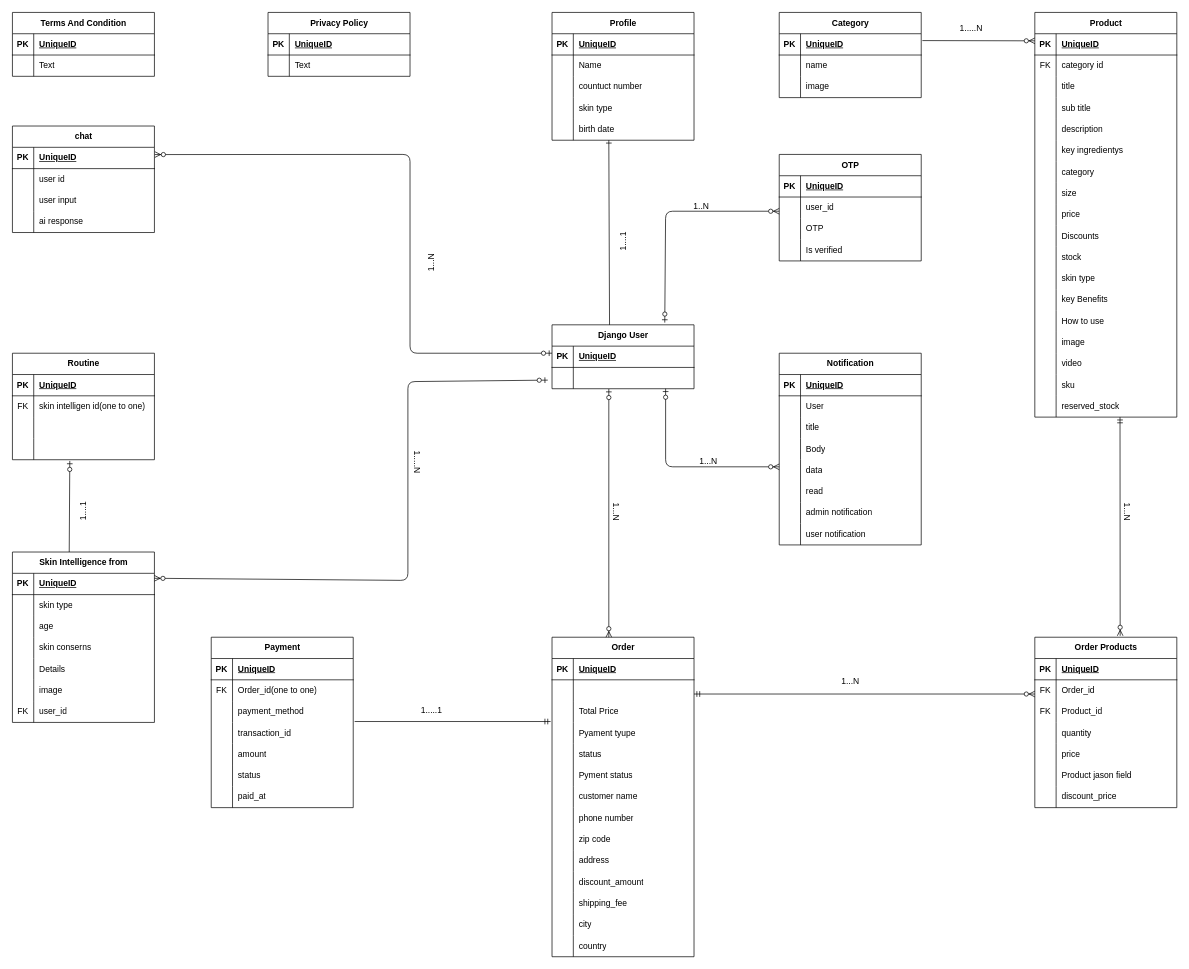
The draw.io diagram entity_diagram.drawio in ROBOT-RIAD/FaceCare, before the edit. Source tidied: cells renumbered, new cells numbered last; positions are measured from the earlier drawing's top-left corner, leaving out a move shared by most shapes. Both pictures are drawn from the tidied source at 71%, with x=0, y=0 at pixel (12, 12).
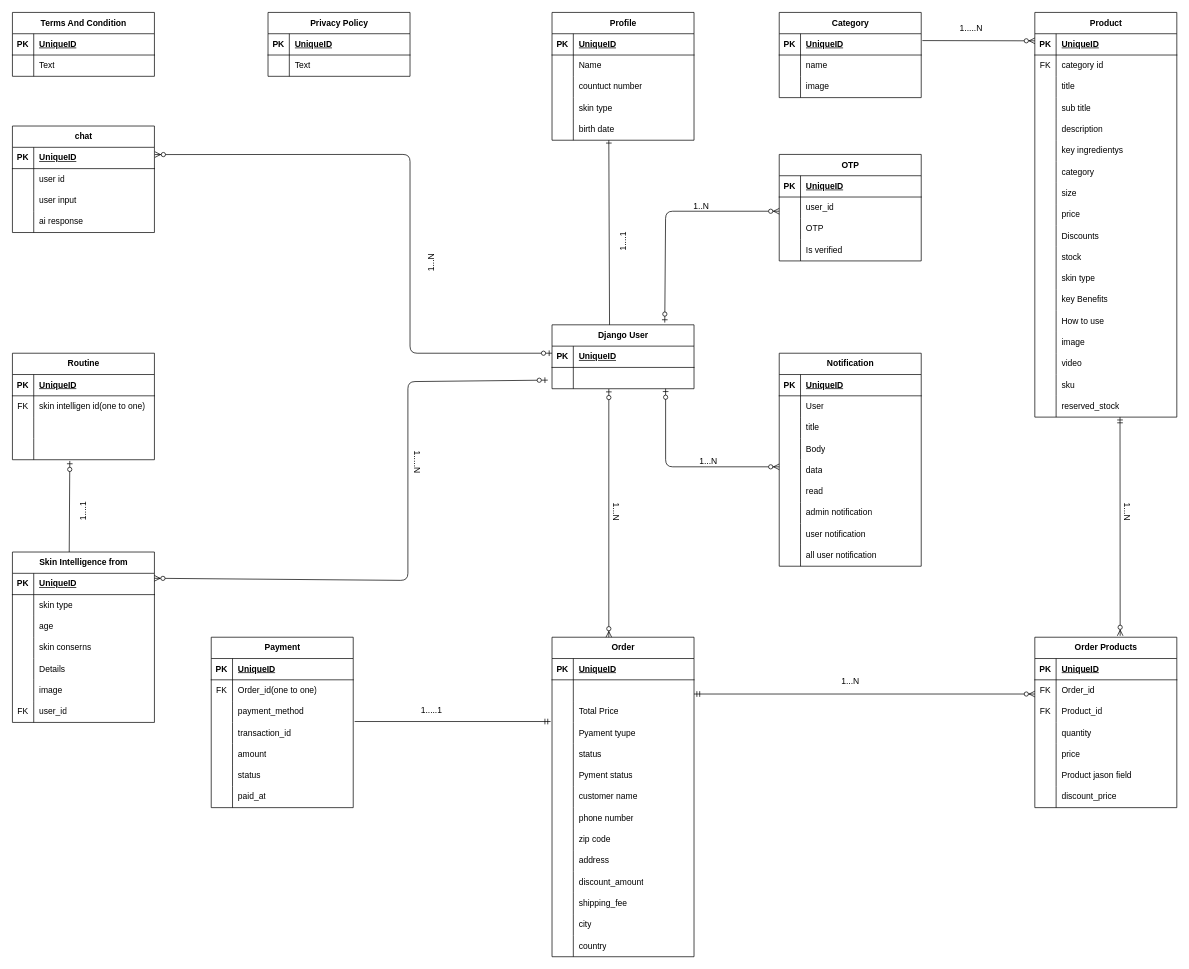
The same diagram, later.

Diff of the diagram source:
```diff
@@
     <mxCell id="272" value="Notification" style="shape=table;startSize=30;childLayout=tableLayout;rowLines=0;fontStyle=1;align=center;html=1;" parent="1" vertex="1">
-      <mxGeometry x="1080" y="480" width="200" height="270" as="geometry" />
+      <mxGeometry x="1080" y="480" width="200" height="300" as="geometry" />
     </mxCell>
@@
+    <mxCell id="299" style="shape=tableRow;horizontal=0;startSize=0;swimlaneHead=0;swimlaneBody=0;fillColor=none;top=0;left=0;right=0;bottom=0;" parent="272" vertex="1">
+      <mxGeometry y="270" width="200" height="30" as="geometry" />
+    </mxCell>
+    <mxCell id="300" style="shape=partialRectangle;fillColor=none;top=0;left=0;bottom=0;right=0;overflow=hidden;whiteSpace=wrap;html=1;" parent="299" vertex="1">
+      <mxGeometry width="30" height="30" as="geometry" />
+    </mxCell>
+    <mxCell id="301" value="all user notification" style="shape=partialRectangle;fillColor=none;top=0;left=0;bottom=0;right=0;align=left;spacingLeft=6;overflow=hidden;whiteSpace=wrap;html=1;" parent="299" vertex="1">
+      <mxGeometry x="30" width="170" height="30" as="geometry" />
+    </mxCell>
```
